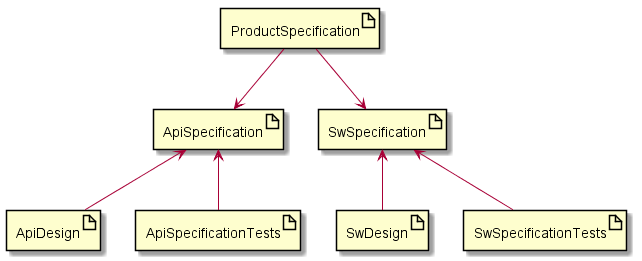
iqrf/iqrf-gateway-daemon keeps this PlantUML diagram as ideas/docs/uml/docs-flowdown.png. Above is the earlier version.
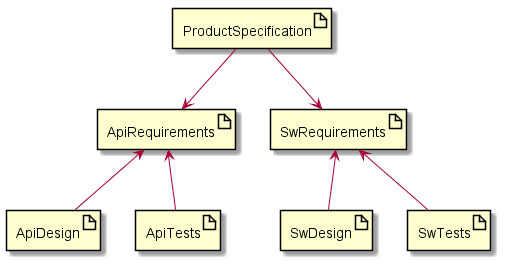
Above is the later version.

What changed in the source:
```diff
@@ -1,18 +1,18 @@
 @startuml
 
 artifact ProductSpecification
-artifact ApiSpecification
-artifact SwSpecification
+artifact ApiRequirements
+artifact SwRequirements
 artifact SwDesign
 artifact ApiDesign
-artifact SwSpecificationTests
-artifact ApiSpecificationTests
+artifact SwTests
+artifact ApiTests
 
-ProductSpecification -d-> ApiSpecification
-ProductSpecification -d-> SwSpecification
-SwSpecification <-- SwDesign
-SwSpecification <-- SwSpecificationTests
-ApiSpecification <-- ApiDesign
-ApiSpecification <-- ApiSpecificationTests
+ProductSpecification -d-> ApiRequirements
+ProductSpecification -d-> SwRequirements
+SwRequirements <-- SwDesign
+SwRequirements <-- SwTests
+ApiRequirements <-- ApiDesign
+ApiRequirements <-- ApiTests
 
 @enduml
```
